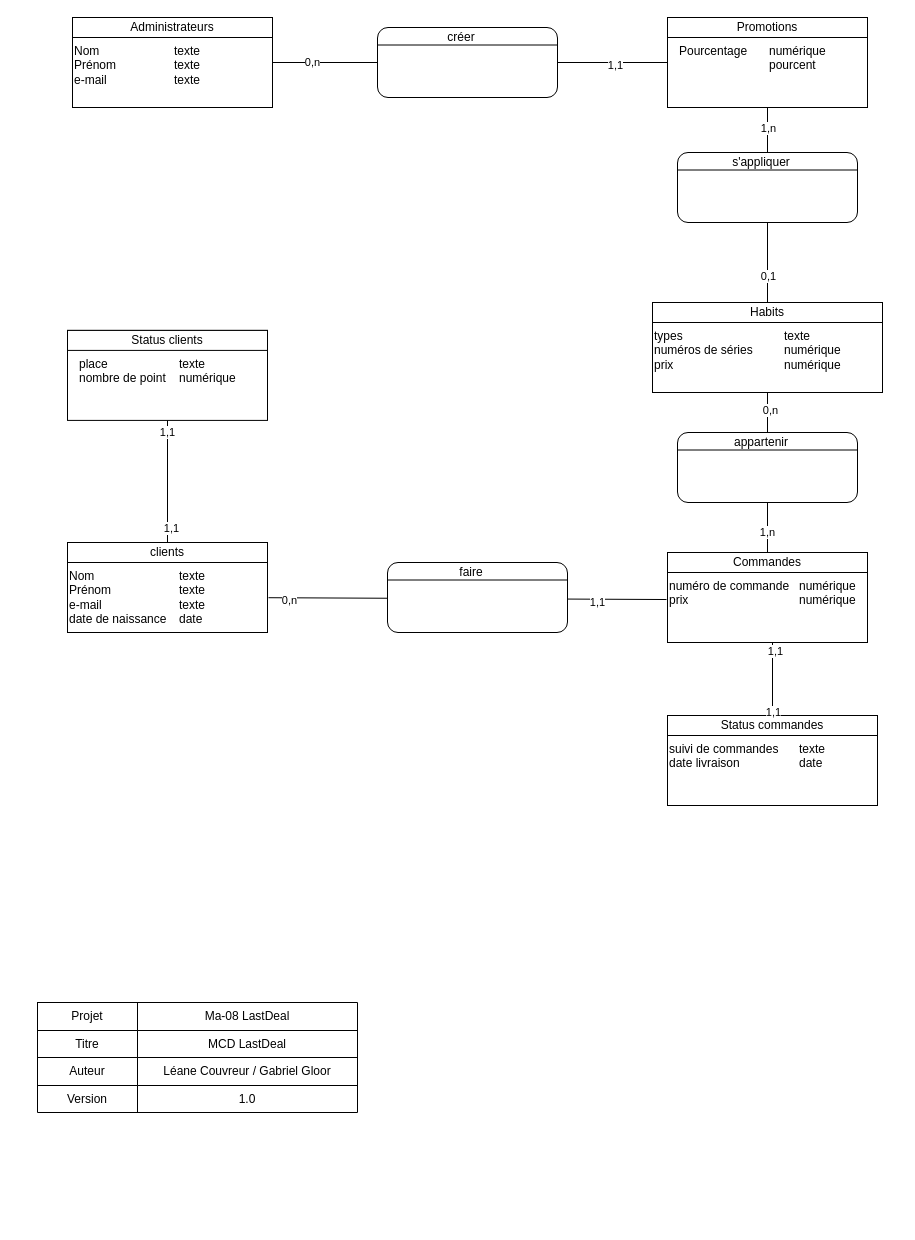
LeaneCouvreur/MA-08-Modele_LastBuy keeps this draw.io diagram as Rendu/MCD-lastDeal.drawio. Above is the earlier version. Source tidied: cells renumbered, new cells numbered last; positions are measured from the earlier drawing's top-left corner, leaving out a move shared by most shapes. Both pictures are drawn from the tidied source at 100%, with x=0, y=0 at pixel (37, 17).
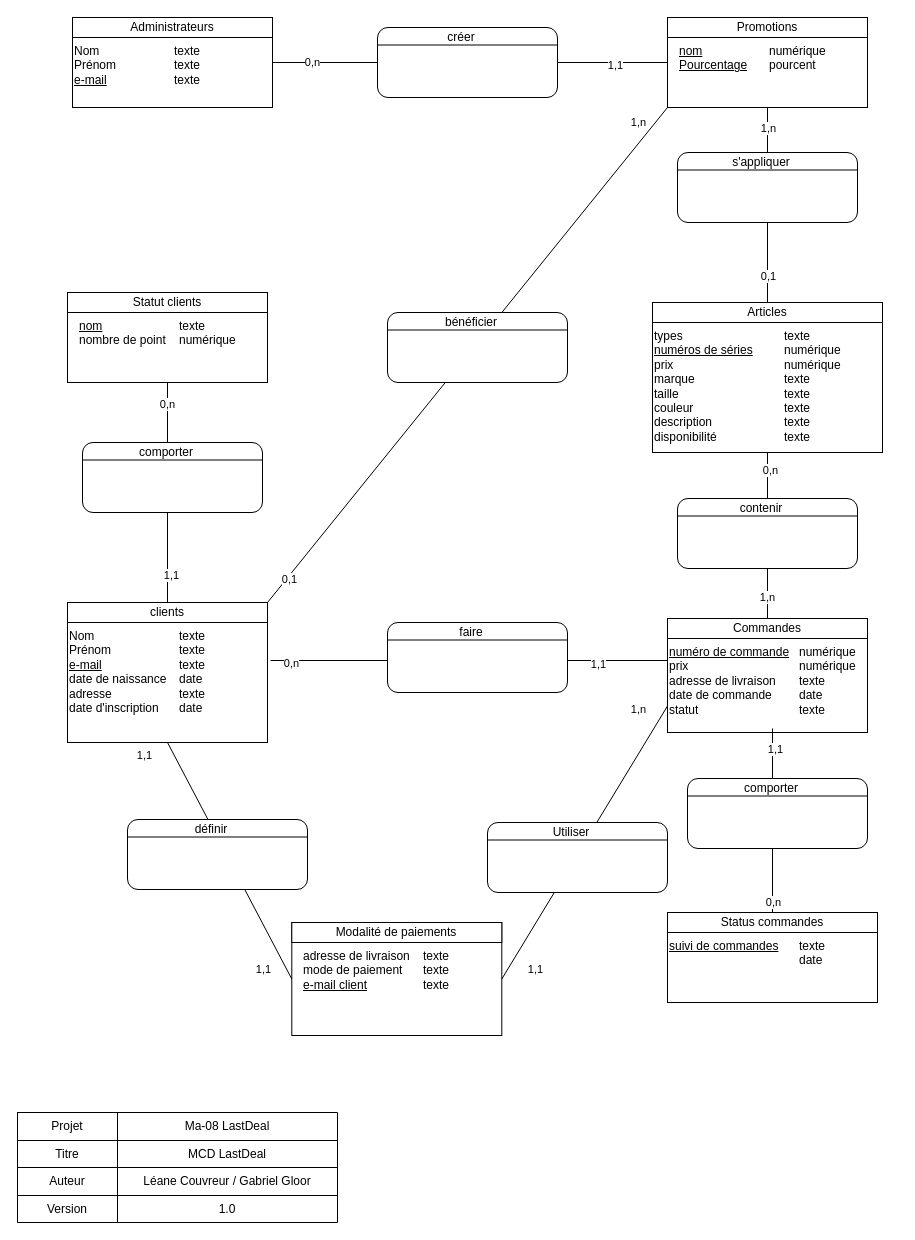
The same diagram, later.

The change refers to these unchanged cells:
```xml
<mxCell id="45" value="&lt;div style=&quot;box-sizing: border-box ; width: 100% ; padding: 2px&quot;&gt;&lt;br&gt;&lt;/div&gt;" style="verticalAlign=top;align=center;overflow=fill;html=1;rounded=0;shadow=0;comic=0;labelBackgroundColor=none;strokeColor=#000000;strokeWidth=1;fillColor=#ffffff;fontFamily=Verdana;fontSize=12;fontColor=#000000;" parent="1" vertex="1">
  <mxGeometry x="630" width="200" height="90" as="geometry" />
</mxCell>
<mxCell id="67" style="endArrow=none;html=1;rounded=0;entryX=0.75;entryY=1;entryDx=0;entryDy=0;exitX=0.5;exitY=0;exitDx=0;exitDy=0;" parent="1" edge="1" source="38" target="35">
  <mxGeometry relative="1" as="geometry" />
</mxCell>
<mxCell id="70" style="endArrow=none;html=1;rounded=0;exitX=0.5;exitY=0;exitDx=0;exitDy=0;entryX=1;entryY=1;entryDx=0;entryDy=0;" parent="1" edge="1" source="9" target="43">
  <mxGeometry relative="1" as="geometry" />
</mxCell>
```

Diff of the diagram source:
```diff
@@
     <mxCell id="7" value="&lt;div style=&quot;box-sizing: border-box ; width: 100% ; padding: 2px&quot;&gt;&lt;br&gt;&lt;/div&gt;" style="verticalAlign=top;align=center;overflow=fill;html=1;rounded=0;shadow=0;comic=0;labelBackgroundColor=none;strokeColor=#000000;strokeWidth=1;fillColor=#ffffff;fontFamily=Verdana;fontSize=12;fontColor=#000000;" parent="1" vertex="1">
-      <mxGeometry x="30" y="525" width="200" height="90" as="geometry" />
+      <mxGeometry x="30" y="585" width="200" height="140" as="geometry" />
     </mxCell>
@@
     <mxCell id="9" value="clients" style="rounded=0;whiteSpace=wrap;html=1;" parent="1" vertex="1">
-      <mxGeometry x="30" y="525" width="200" height="20" as="geometry" />
+      <mxGeometry x="30" y="585" width="200" height="20" as="geometry" />
     </mxCell>
-    <mxCell id="10" value="Nom&lt;br&gt;Prénom&lt;br&gt;e-mail" style="text;html=1;strokeColor=none;fillColor=none;align=left;verticalAlign=top;whiteSpace=wrap;rounded=0;" parent="1" vertex="1">
+    <mxCell id="10" value="Nom&lt;br&gt;Prénom&lt;br&gt;&lt;u&gt;e-mail&lt;/u&gt;" style="text;html=1;strokeColor=none;fillColor=none;align=left;verticalAlign=top;whiteSpace=wrap;rounded=0;" parent="1" vertex="1">
       <mxGeometry x="35" y="20" width="90" height="60" as="geometry" />
     </mxCell>
@@
-    <mxCell id="12" value="Nom &lt;br&gt;Prénom&lt;br&gt;e-mail&lt;br&gt;date de naissance" style="text;html=1;strokeColor=none;fillColor=none;align=left;verticalAlign=top;whiteSpace=wrap;rounded=0;" parent="1" vertex="1">
-      <mxGeometry x="30" y="545" width="110" height="70" as="geometry" />
+    <mxCell id="12" value="Nom &lt;br&gt;Prénom&lt;br&gt;&lt;u&gt;e-mail&lt;br&gt;&lt;/u&gt;date de naissance&lt;br&gt;adresse&lt;br&gt;date d'inscription" style="text;html=1;strokeColor=none;fillColor=none;align=left;verticalAlign=top;whiteSpace=wrap;rounded=0;" parent="1" vertex="1">
+      <mxGeometry x="30" y="605" width="110" height="110" as="geometry" />
     </mxCell>
-    <mxCell id="13" value="texte&lt;br&gt;texte&lt;br&gt;texte&lt;br&gt;date" style="text;html=1;strokeColor=none;fillColor=none;align=left;verticalAlign=top;whiteSpace=wrap;rounded=0;" parent="1" vertex="1">
-      <mxGeometry x="140" y="545" width="91" height="70" as="geometry" />
+    <mxCell id="13" value="texte&lt;br&gt;texte&lt;br&gt;texte&lt;br&gt;date&lt;br&gt;texte&lt;br&gt;date" style="text;html=1;strokeColor=none;fillColor=none;align=left;verticalAlign=top;whiteSpace=wrap;rounded=0;" parent="1" vertex="1">
+      <mxGeometry x="140" y="605" width="91" height="100" as="geometry" />
     </mxCell>
@@
     <mxCell id="16" style="shape=table;html=1;whiteSpace=wrap;startSize=0;childLayout=tableLayout;" parent="1" vertex="1">
-      <mxGeometry y="985" width="320" height="110" as="geometry" />
+      <mxGeometry x="-20" y="1095" width="320" height="110" as="geometry" />
     </mxCell>
@@
     <mxCell id="29" value="&lt;div style=&quot;box-sizing: border-box ; width: 100% ; padding: 2px&quot;&gt;&lt;br&gt;&lt;/div&gt;" style="verticalAlign=top;align=center;overflow=fill;html=1;rounded=0;shadow=0;comic=0;labelBackgroundColor=none;strokeColor=#000000;strokeWidth=1;fillColor=#ffffff;fontFamily=Verdana;fontSize=12;fontColor=#000000;" parent="1" vertex="1">
-      <mxGeometry x="615" y="285" width="230" height="90" as="geometry" />
+      <mxGeometry x="615" y="285" width="230" height="150" as="geometry" />
     </mxCell>
-    <mxCell id="30" value="Habits" style="rounded=0;whiteSpace=wrap;html=1;" parent="1" vertex="1">
+    <mxCell id="30" value="Articles" style="rounded=0;whiteSpace=wrap;html=1;" parent="1" vertex="1">
       <mxGeometry x="615" y="285" width="230" height="20" as="geometry" />
     </mxCell>
-    <mxCell id="31" value="types&lt;br&gt;numéros de séries&lt;br&gt;prix" style="text;html=1;strokeColor=none;fillColor=none;align=left;verticalAlign=top;whiteSpace=wrap;rounded=0;" parent="1" vertex="1">
-      <mxGeometry x="615" y="305" width="120" height="60" as="geometry" />
+    <mxCell id="31" value="types&lt;br&gt;&lt;u&gt;numéros de séries&lt;br&gt;&lt;/u&gt;prix&lt;br&gt;marque&lt;br&gt;taille&lt;br&gt;couleur&lt;br&gt;description&lt;br&gt;disponibilité" style="text;html=1;strokeColor=none;fillColor=none;align=left;verticalAlign=top;whiteSpace=wrap;rounded=0;" parent="1" vertex="1">
+      <mxGeometry x="615" y="305" width="120" height="120" as="geometry" />
     </mxCell>
-    <mxCell id="32" value="texte&lt;br&gt;numérique&lt;br&gt;numérique" style="text;html=1;strokeColor=none;fillColor=none;align=left;verticalAlign=top;whiteSpace=wrap;rounded=0;" parent="1" vertex="1">
-      <mxGeometry x="745" y="305" width="100" height="70" as="geometry" />
+    <mxCell id="32" value="texte&lt;br&gt;numérique&lt;br&gt;numérique&lt;br&gt;texte&lt;br&gt;texte&lt;br&gt;texte&lt;br&gt;texte&lt;br&gt;texte" style="text;html=1;strokeColor=none;fillColor=none;align=left;verticalAlign=top;whiteSpace=wrap;rounded=0;" parent="1" vertex="1">
+      <mxGeometry x="745" y="305" width="100" height="120" as="geometry" />
     </mxCell>
     <mxCell id="33" value="&lt;div style=&quot;box-sizing: border-box ; width: 100% ; padding: 2px&quot;&gt;&lt;br&gt;&lt;/div&gt;" style="verticalAlign=top;align=center;overflow=fill;html=1;rounded=0;shadow=0;comic=0;labelBackgroundColor=none;strokeColor=#000000;strokeWidth=1;fillColor=#ffffff;fontFamily=Verdana;fontSize=12;fontColor=#000000;" parent="1" vertex="1">
-      <mxGeometry x="630" y="535" width="200" height="90" as="geometry" />
+      <mxGeometry x="630" y="601" width="200" height="114" as="geometry" />
     </mxCell>
     <mxCell id="34" value="Commandes" style="rounded=0;whiteSpace=wrap;html=1;" parent="1" vertex="1">
-      <mxGeometry x="630" y="535" width="200" height="20" as="geometry" />
+      <mxGeometry x="630" y="601" width="200" height="20" as="geometry" />
     </mxCell>
-    <mxCell id="35" value="numéro de commande&lt;br&gt;prix" style="text;html=1;strokeColor=none;fillColor=none;align=left;verticalAlign=top;whiteSpace=wrap;rounded=0;" parent="1" vertex="1">
-      <mxGeometry x="630" y="555" width="140" height="70" as="geometry" />
+    <mxCell id="35" value="&lt;u&gt;numéro de commande&lt;/u&gt;&lt;br&gt;prix&lt;br&gt;adresse de livraison&lt;br&gt;date de commande&lt;br&gt;statut" style="text;html=1;strokeColor=none;fillColor=none;align=left;verticalAlign=top;whiteSpace=wrap;rounded=0;" parent="1" vertex="1">
+      <mxGeometry x="630" y="621" width="140" height="90" as="geometry" />
     </mxCell>
-    <mxCell id="36" value="numérique&lt;br&gt;numérique" style="text;html=1;strokeColor=none;fillColor=none;align=left;verticalAlign=top;whiteSpace=wrap;rounded=0;" parent="1" vertex="1">
-      <mxGeometry x="760" y="555" width="100" height="70" as="geometry" />
+    <mxCell id="36" value="numérique&lt;br&gt;numérique&lt;br&gt;texte&lt;br&gt;date&lt;br&gt;texte" style="text;html=1;strokeColor=none;fillColor=none;align=left;verticalAlign=top;whiteSpace=wrap;rounded=0;" parent="1" vertex="1">
+      <mxGeometry x="760" y="621" width="100" height="94" as="geometry" />
     </mxCell>
     <mxCell id="37" value="&lt;div style=&quot;box-sizing: border-box ; width: 100% ; padding: 2px&quot;&gt;&lt;br&gt;&lt;/div&gt;" style="verticalAlign=top;align=center;overflow=fill;html=1;rounded=0;shadow=0;comic=0;labelBackgroundColor=none;strokeColor=#000000;strokeWidth=1;fillColor=#ffffff;fontFamily=Verdana;fontSize=12;fontColor=#000000;" parent="1" vertex="1">
-      <mxGeometry x="630" y="698" width="210" height="90" as="geometry" />
+      <mxGeometry x="630" y="895" width="210" height="90" as="geometry" />
     </mxCell>
     <mxCell id="38" value="Status commandes" style="rounded=0;whiteSpace=wrap;html=1;" parent="1" vertex="1">
-      <mxGeometry x="630" y="698" width="210" height="20" as="geometry" />
+      <mxGeometry x="630" y="895" width="210" height="20" as="geometry" />
     </mxCell>
-    <mxCell id="39" value="suivi de commandes&lt;br&gt;date livraison" style="text;html=1;strokeColor=none;fillColor=none;align=left;verticalAlign=top;whiteSpace=wrap;rounded=0;" parent="1" vertex="1">
-      <mxGeometry x="630" y="718" width="120" height="60" as="geometry" />
+    <mxCell id="39" value="&lt;u&gt;suivi de commandes&lt;br&gt;&lt;/u&gt;" style="text;html=1;strokeColor=none;fillColor=none;align=left;verticalAlign=top;whiteSpace=wrap;rounded=0;" parent="1" vertex="1">
+      <mxGeometry x="630" y="915" width="120" height="60" as="geometry" />
     </mxCell>
     <mxCell id="40" value="texte&lt;br&gt;date&amp;nbsp;" style="text;html=1;strokeColor=none;fillColor=none;align=left;verticalAlign=top;whiteSpace=wrap;rounded=0;" parent="1" vertex="1">
-      <mxGeometry x="760" y="718" width="100" height="50" as="geometry" />
+      <mxGeometry x="760" y="915" width="100" height="50" as="geometry" />
     </mxCell>
     <mxCell id="41" value="&lt;div style=&quot;box-sizing: border-box ; width: 100% ; padding: 2px&quot;&gt;&lt;br&gt;&lt;/div&gt;" style="verticalAlign=top;align=center;overflow=fill;html=1;rounded=0;shadow=0;comic=0;labelBackgroundColor=none;strokeColor=#000000;strokeWidth=1;fillColor=#ffffff;fontFamily=Verdana;fontSize=12;fontColor=#000000;" parent="1" vertex="1">
-      <mxGeometry x="30" y="312.9" width="200" height="90" as="geometry" />
+      <mxGeometry x="30" y="275" width="200" height="90" as="geometry" />
     </mxCell>
-    <mxCell id="42" value="Status clients" style="rounded=0;whiteSpace=wrap;html=1;" parent="1" vertex="1">
-      <mxGeometry x="30" y="312.9" width="200" height="20" as="geometry" />
+    <mxCell id="42" value="Statut clients" style="rounded=0;whiteSpace=wrap;html=1;" parent="1" vertex="1">
+      <mxGeometry x="30" y="275" width="200" height="20" as="geometry" />
     </mxCell>
-    <mxCell id="43" value="place&lt;br&gt;nombre de point&lt;br&gt;" style="text;html=1;strokeColor=none;fillColor=none;align=left;verticalAlign=top;whiteSpace=wrap;rounded=0;" parent="1" vertex="1">
-      <mxGeometry x="40" y="332.9" width="90" height="70" as="geometry" />
+    <mxCell id="43" value="&lt;u&gt;nom&lt;/u&gt;&lt;br&gt;nombre de point" style="text;html=1;strokeColor=none;fillColor=none;align=left;verticalAlign=top;whiteSpace=wrap;rounded=0;" parent="1" vertex="1">
+      <mxGeometry x="40" y="295" width="90" height="70" as="geometry" />
     </mxCell>
     <mxCell id="44" value="texte&lt;br&gt;numérique&lt;br&gt;" style="text;html=1;strokeColor=none;fillColor=none;align=left;verticalAlign=top;whiteSpace=wrap;rounded=0;" parent="1" vertex="1">
-      <mxGeometry x="140" y="332.9" width="100" height="60" as="geometry" />
+      <mxGeometry x="140" y="295" width="100" height="60" as="geometry" />
     </mxCell>
@@
-    <mxCell id="47" value="Pourcentage" style="text;html=1;strokeColor=none;fillColor=none;align=left;verticalAlign=top;whiteSpace=wrap;rounded=0;" parent="1" vertex="1">
+    <mxCell id="47" value="&lt;u&gt;nom&lt;br&gt;Pourcentage&lt;/u&gt;" style="text;html=1;strokeColor=none;fillColor=none;align=left;verticalAlign=top;whiteSpace=wrap;rounded=0;" parent="1" vertex="1">
       <mxGeometry x="640" y="20" width="90" height="60" as="geometry" />
     </mxCell>
@@
     <mxCell id="58" value="&lt;div style=&quot;box-sizing: border-box ; width: 100% ; padding: 2px&quot;&gt;&lt;br&gt;&lt;/div&gt;" style="verticalAlign=top;align=center;overflow=fill;html=1;rounded=1;shadow=0;comic=0;labelBackgroundColor=none;strokeColor=#000000;strokeWidth=1;fillColor=#ffffff;fontFamily=Verdana;fontSize=12;fontColor=#000000;" parent="1" vertex="1">
-      <mxGeometry x="640" y="415" width="180" height="70" as="geometry" />
+      <mxGeometry x="640" y="481" width="180" height="70" as="geometry" />
     </mxCell>
@@
-    <mxCell id="60" value="appartenir" style="text;html=1;strokeColor=none;fillColor=none;align=center;verticalAlign=middle;whiteSpace=wrap;rounded=0;" parent="1" vertex="1">
-      <mxGeometry x="664" y="415" width="120" height="20" as="geometry" />
+    <mxCell id="60" value="contenir" style="text;html=1;strokeColor=none;fillColor=none;align=center;verticalAlign=middle;whiteSpace=wrap;rounded=0;" parent="1" vertex="1">
+      <mxGeometry x="664" y="481" width="120" height="20" as="geometry" />
     </mxCell>
-    <mxCell id="61" style="endArrow=none;html=1;rounded=0;exitX=-0.007;exitY=0.386;exitDx=0;exitDy=0;exitPerimeter=0;" parent="1" edge="1" source="35" target="13">
-      <mxGeometry relative="1" as="geometry" />
+    <mxCell id="61" style="endArrow=none;html=1;rounded=0;entryX=1.022;entryY=0.38;entryDx=0;entryDy=0;entryPerimeter=0;" parent="1" edge="1" target="13">
+      <mxGeometry relative="1" as="geometry">
+        <mxPoint x="630" y="643" as="sourcePoint" />
+      </mxGeometry>
     </mxCell>
@@
     <mxCell id="64" value="&lt;div style=&quot;box-sizing: border-box ; width: 100% ; padding: 2px&quot;&gt;&lt;br&gt;&lt;/div&gt;" style="verticalAlign=top;align=center;overflow=fill;html=1;rounded=1;shadow=0;comic=0;labelBackgroundColor=none;strokeColor=#000000;strokeWidth=1;fillColor=#ffffff;fontFamily=Verdana;fontSize=12;fontColor=#000000;" parent="1" vertex="1">
-      <mxGeometry x="350" y="545" width="180" height="70" as="geometry" />
+      <mxGeometry x="350" y="605" width="180" height="70" as="geometry" />
     </mxCell>
@@
     <mxCell id="66" value="faire" style="text;html=1;strokeColor=none;fillColor=none;align=center;verticalAlign=middle;whiteSpace=wrap;rounded=0;" parent="1" vertex="1">
-      <mxGeometry x="374" y="545" width="120" height="20" as="geometry" />
+      <mxGeometry x="374" y="605" width="120" height="20" as="geometry" />
     </mxCell>
@@
-    <mxCell id="69" value="1,1" style="edgeLabel;html=1;align=center;verticalAlign=middle;" parent="67" vertex="1">
+    <mxCell id="69" value="0,n" style="edgeLabel;html=1;align=center;verticalAlign=middle;" parent="67" vertex="1">
       <mxGeometry x="-0.88" relative="1" as="geometry" />
     </mxCell>
@@
-    <mxCell id="71" value="1,1" style="edgeLabel;html=1;align=center;verticalAlign=middle;" parent="70" vertex="1">
+    <mxCell id="71" value="0,n" style="edgeLabel;html=1;align=center;verticalAlign=middle;" parent="70" vertex="1">
       <mxGeometry x="0.81" y="1" relative="1" as="geometry" />
     </mxCell>
@@
+    <mxCell id="73" value="&lt;div style=&quot;box-sizing: border-box ; width: 100% ; padding: 2px&quot;&gt;&lt;br&gt;&lt;/div&gt;" style="verticalAlign=top;align=center;overflow=fill;html=1;rounded=1;shadow=0;comic=0;labelBackgroundColor=none;strokeColor=#000000;strokeWidth=1;fillColor=#ffffff;fontFamily=Verdana;fontSize=12;fontColor=#000000;" parent="1" vertex="1">
+      <mxGeometry x="45" y="425" width="180" height="70" as="geometry" />
+    </mxCell>
+    <mxCell id="74" style="endArrow=none;html=1;entryX=1;entryY=0.25;entryDx=0;entryDy=0;exitX=0;exitY=0.25;exitDx=0;exitDy=0;" parent="1" edge="1" source="73" target="73">
+      <mxGeometry relative="1" as="geometry" />
+    </mxCell>
+    <mxCell id="75" value="comporter" style="text;html=1;strokeColor=none;fillColor=none;align=center;verticalAlign=middle;whiteSpace=wrap;rounded=0;" parent="1" vertex="1">
+      <mxGeometry x="69" y="425" width="120" height="20" as="geometry" />
+    </mxCell>
+    <mxCell id="76" value="&lt;div style=&quot;box-sizing: border-box ; width: 100% ; padding: 2px&quot;&gt;&lt;br&gt;&lt;/div&gt;" style="verticalAlign=top;align=center;overflow=fill;html=1;rounded=1;shadow=0;comic=0;labelBackgroundColor=none;strokeColor=#000000;strokeWidth=1;fillColor=#ffffff;fontFamily=Verdana;fontSize=12;fontColor=#000000;" parent="1" vertex="1">
+      <mxGeometry x="650" y="761" width="180" height="70" as="geometry" />
+    </mxCell>
+    <mxCell id="77" style="endArrow=none;html=1;entryX=1;entryY=0.25;entryDx=0;entryDy=0;exitX=0;exitY=0.25;exitDx=0;exitDy=0;" parent="1" edge="1" source="76" target="76">
+      <mxGeometry relative="1" as="geometry" />
+    </mxCell>
+    <mxCell id="78" value="comporter" style="text;html=1;strokeColor=none;fillColor=none;align=center;verticalAlign=middle;whiteSpace=wrap;rounded=0;" parent="1" vertex="1">
+      <mxGeometry x="674" y="761" width="120" height="20" as="geometry" />
+    </mxCell>
+    <mxCell id="79" value="&lt;div style=&quot;box-sizing: border-box ; width: 100% ; padding: 2px&quot;&gt;&lt;br&gt;&lt;/div&gt;" style="verticalAlign=top;align=center;overflow=fill;html=1;rounded=0;shadow=0;comic=0;labelBackgroundColor=none;strokeColor=#000000;strokeWidth=1;fillColor=#ffffff;fontFamily=Verdana;fontSize=12;fontColor=#000000;" parent="1" vertex="1">
+      <mxGeometry x="254.3" y="905" width="210" height="113" as="geometry" />
+    </mxCell>
+    <mxCell id="80" value="Modalité de paiements" style="rounded=0;whiteSpace=wrap;html=1;" parent="1" vertex="1">
+      <mxGeometry x="254.3" y="905" width="210" height="20" as="geometry" />
+    </mxCell>
+    <mxCell id="81" value="adresse de livraison&lt;br&gt;mode de paiement&lt;br&gt;&lt;u&gt;e-mail client&lt;/u&gt;" style="text;html=1;strokeColor=none;fillColor=none;align=left;verticalAlign=top;whiteSpace=wrap;rounded=0;" parent="1" vertex="1">
+      <mxGeometry x="264.3" y="925" width="120" height="60" as="geometry" />
+    </mxCell>
+    <mxCell id="82" value="texte&lt;br&gt;texte&lt;br&gt;texte" style="text;html=1;strokeColor=none;fillColor=none;align=left;verticalAlign=top;whiteSpace=wrap;rounded=0;" parent="1" vertex="1">
+      <mxGeometry x="384.3" y="925" width="60" height="50" as="geometry" />
+    </mxCell>
+    <mxCell id="83" style="endArrow=none;html=1;rounded=0;entryX=0.5;entryY=1;entryDx=0;entryDy=0;exitX=0;exitY=0.5;exitDx=0;exitDy=0;" parent="1" edge="1" source="79" target="7">
+      <mxGeometry relative="1" as="geometry" />
+    </mxCell>
+    <mxCell id="84" value="1,1" style="edgeLabel;html=1;align=center;verticalAlign=middle;" parent="83" vertex="1">
+      <mxGeometry x="0.9" y="2" relative="1" as="geometry">
+        <mxPoint x="-28" as="offset" />
+      </mxGeometry>
+    </mxCell>
+    <mxCell id="85" value="1,1" style="edgeLabel;html=1;align=center;verticalAlign=middle;" parent="83" vertex="1">
+      <mxGeometry x="-0.9" y="3" relative="1" as="geometry">
+        <mxPoint x="-20" as="offset" />
+      </mxGeometry>
+    </mxCell>
+    <mxCell id="86" style="endArrow=none;html=1;rounded=0;entryX=1;entryY=0.5;entryDx=0;entryDy=0;exitX=0;exitY=0.75;exitDx=0;exitDy=0;" parent="1" edge="1" source="35" target="79">
+      <mxGeometry relative="1" as="geometry" />
+    </mxCell>
+    <mxCell id="87" value="1,1" style="edgeLabel;html=1;align=center;verticalAlign=middle;" parent="86" vertex="1">
+      <mxGeometry x="0.9" y="2" relative="1" as="geometry">
+        <mxPoint x="23" y="3" as="offset" />
+      </mxGeometry>
+    </mxCell>
+    <mxCell id="88" value="1,n" style="edgeLabel;html=1;align=center;verticalAlign=middle;" parent="86" vertex="1">
+      <mxGeometry x="-0.9" y="3" relative="1" as="geometry">
+        <mxPoint x="-24" y="-12" as="offset" />
+      </mxGeometry>
+    </mxCell>
+    <mxCell id="89" style="endArrow=none;html=1;rounded=0;entryX=1;entryY=0;entryDx=0;entryDy=0;exitX=0;exitY=1;exitDx=0;exitDy=0;" parent="1" edge="1" source="45" target="9">
+      <mxGeometry relative="1" as="geometry" />
+    </mxCell>
+    <mxCell id="90" value="0,1" style="edgeLabel;html=1;align=center;verticalAlign=middle;" parent="89" vertex="1">
+      <mxGeometry x="0.9" y="2" relative="1" as="geometry" />
+    </mxCell>
+    <mxCell id="91" value="1,n" style="edgeLabel;html=1;align=center;verticalAlign=middle;" parent="89" vertex="1">
+      <mxGeometry x="-0.9" y="3" relative="1" as="geometry">
+        <mxPoint x="-12" y="-12" as="offset" />
+      </mxGeometry>
+    </mxCell>
+    <mxCell id="92" value="&lt;div style=&quot;box-sizing: border-box ; width: 100% ; padding: 2px&quot;&gt;&lt;br&gt;&lt;/div&gt;" style="verticalAlign=top;align=center;overflow=fill;html=1;rounded=1;shadow=0;comic=0;labelBackgroundColor=none;strokeColor=#000000;strokeWidth=1;fillColor=#ffffff;fontFamily=Verdana;fontSize=12;fontColor=#000000;" parent="1" vertex="1">
+      <mxGeometry x="350" y="295" width="180" height="70" as="geometry" />
+    </mxCell>
+    <mxCell id="93" style="endArrow=none;html=1;entryX=1;entryY=0.25;entryDx=0;entryDy=0;exitX=0;exitY=0.25;exitDx=0;exitDy=0;" parent="1" edge="1" source="92" target="92">
+      <mxGeometry relative="1" as="geometry" />
+    </mxCell>
+    <mxCell id="94" value="bénéficier" style="text;html=1;strokeColor=none;fillColor=none;align=center;verticalAlign=middle;whiteSpace=wrap;rounded=0;" parent="1" vertex="1">
+      <mxGeometry x="374" y="295" width="120" height="20" as="geometry" />
+    </mxCell>
+    <mxCell id="95" value="&lt;div style=&quot;box-sizing: border-box ; width: 100% ; padding: 2px&quot;&gt;&lt;br&gt;&lt;/div&gt;" style="verticalAlign=top;align=center;overflow=fill;html=1;rounded=1;shadow=0;comic=0;labelBackgroundColor=none;strokeColor=#000000;strokeWidth=1;fillColor=#ffffff;fontFamily=Verdana;fontSize=12;fontColor=#000000;" parent="1" vertex="1">
+      <mxGeometry x="90" y="802" width="180" height="70" as="geometry" />
+    </mxCell>
+    <mxCell id="96" style="endArrow=none;html=1;entryX=1;entryY=0.25;entryDx=0;entryDy=0;exitX=0;exitY=0.25;exitDx=0;exitDy=0;" parent="1" edge="1" source="95" target="95">
+      <mxGeometry relative="1" as="geometry" />
+    </mxCell>
+    <mxCell id="97" value="définir" style="text;html=1;strokeColor=none;fillColor=none;align=center;verticalAlign=middle;whiteSpace=wrap;rounded=0;" parent="1" vertex="1">
+      <mxGeometry x="114" y="802" width="120" height="20" as="geometry" />
+    </mxCell>
+    <mxCell id="98" value="&lt;div style=&quot;box-sizing: border-box ; width: 100% ; padding: 2px&quot;&gt;&lt;br&gt;&lt;/div&gt;" style="verticalAlign=top;align=center;overflow=fill;html=1;rounded=1;shadow=0;comic=0;labelBackgroundColor=none;strokeColor=#000000;strokeWidth=1;fillColor=#ffffff;fontFamily=Verdana;fontSize=12;fontColor=#000000;" parent="1" vertex="1">
+      <mxGeometry x="450" y="805" width="180" height="70" as="geometry" />
+    </mxCell>
+    <mxCell id="99" style="endArrow=none;html=1;entryX=1;entryY=0.25;entryDx=0;entryDy=0;exitX=0;exitY=0.25;exitDx=0;exitDy=0;" parent="1" edge="1" source="98" target="98">
+      <mxGeometry relative="1" as="geometry" />
+    </mxCell>
+    <mxCell id="100" value="Utiliser" style="text;html=1;strokeColor=none;fillColor=none;align=center;verticalAlign=middle;whiteSpace=wrap;rounded=0;" parent="1" vertex="1">
+      <mxGeometry x="474" y="805" width="120" height="20" as="geometry" />
+    </mxCell>
```
